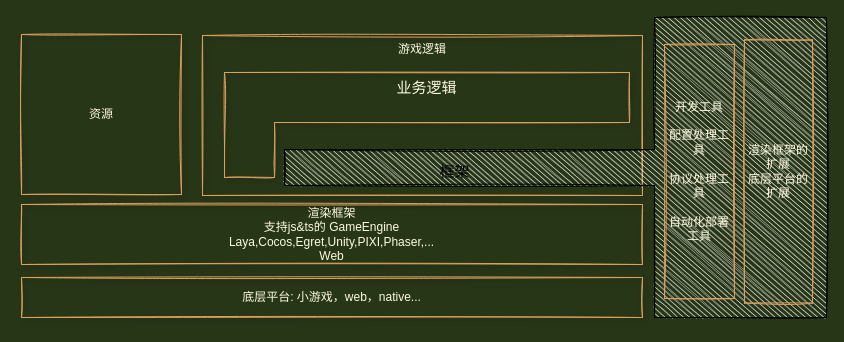
AILHC/EasyGameFrameworkOpen keeps this draw.io diagram as designs/GameApplication.drawio. Above is the earlier version. Source tidied: cells renumbered, new cells numbered last; positions are measured from the earlier drawing's top-left corner, leaving out a move shared by most shapes. Both pictures are drawn from the tidied source at 100%, with x=0, y=0 at pixel (21, 17).
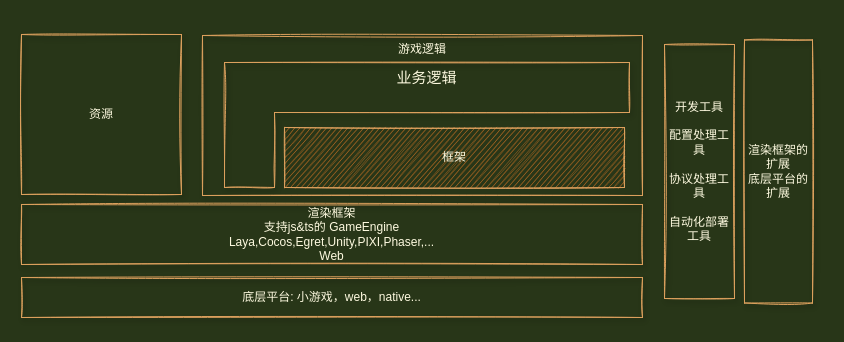
The same diagram, later.

Commit message (it also covers changes not shown here):
1. 设计图调整

Change to the diagram source:
```diff
@@
 <mxGraphModel background="#283618">
   <root>
     <mxCell id="0" />
     <mxCell id="1" parent="0" />
     <mxCell id="2" value="渲染框架&lt;br&gt;支持js&amp;amp;ts的 GameEngine&lt;br&gt;Laya,Cocos,Egret,Unity,PIXI,Phaser,...&lt;br&gt;Web" style="whiteSpace=wrap;html=1;shadow=1;fillStyle=hachure;fillColor=none;strokeColor=#DDA15E;fontColor=#FEFAE0;sketch=1;" parent="1" vertex="1">
       <mxGeometry y="187" width="621" height="60" as="geometry" />
     </mxCell>
     <mxCell id="3" value="底层平台:&amp;nbsp;小游戏，web，native..." style="whiteSpace=wrap;html=1;shadow=1;fillStyle=hachure;fillColor=none;strokeColor=#DDA15E;fontColor=#FEFAE0;sketch=1;" parent="1" vertex="1">
       <mxGeometry y="260" width="621" height="40" as="geometry" />
     </mxCell>
     <mxCell id="4" value="游戏逻辑" style="whiteSpace=wrap;html=1;verticalAlign=top;shadow=1;fillStyle=hachure;fillColor=none;strokeColor=#DDA15E;fontColor=#FEFAE0;sketch=1;" parent="1" vertex="1">
       <mxGeometry x="181" y="18" width="440" height="160" as="geometry" />
     </mxCell>
     <mxCell id="5" value="资源" style="whiteSpace=wrap;html=1;labelBorderColor=none;shadow=1;glass=0;fillStyle=auto;fillColor=none;strokeColor=#DDA15E;fontColor=#FEFAE0;sketch=1;" parent="1" vertex="1">
       <mxGeometry y="17" width="160" height="160" as="geometry" />
     </mxCell>
     <mxCell id="6" value="&lt;div style=&quot;font-size: 15px;&quot;&gt;业务逻辑&lt;/div&gt;&lt;div style=&quot;font-size: 15px;&quot;&gt;&lt;br style=&quot;font-size: 15px;&quot;&gt;&lt;/div&gt;&lt;div style=&quot;font-size: 15px;&quot;&gt;&lt;br style=&quot;font-size: 15px;&quot;&gt;&lt;/div&gt;&lt;div style=&quot;font-size: 15px;&quot;&gt;&lt;br style=&quot;font-size: 15px;&quot;&gt;&lt;/div&gt;&lt;div style=&quot;font-size: 15px;&quot;&gt;&lt;br style=&quot;font-size: 15px;&quot;&gt;&lt;/div&gt;&lt;div style=&quot;font-size: 15px;&quot;&gt;&lt;br style=&quot;font-size: 15px;&quot;&gt;&lt;/div&gt;" style="shape=corner;whiteSpace=wrap;html=1;rotation=0;dx=50;dy=50;align=center;verticalAlign=top;horizontal=1;shadow=1;fillStyle=auto;fillColor=none;strokeColor=#DDA15E;fontColor=#FEFAE0;sketch=1;direction=south;flipH=1;labelPosition=center;verticalLabelPosition=middle;fontSize=15;textDirection=ltr;flipV=0;" parent="1" vertex="1">
-      <mxGeometry x="203" y="55" width="405" height="105" as="geometry" />
+      <mxGeometry x="203" y="45" width="405" height="125" as="geometry" />
     </mxCell>
-    <mxCell id="7" style="shape=tee;whiteSpace=wrap;html=1;sketch=1;direction=south;dx=36;dy=172;fillStyle=hachure;shadow=0;" parent="1" vertex="1">
-      <mxGeometry x="263" width="542" height="300" as="geometry" />
-    </mxCell>
-    <mxCell id="8" value="框架" style="text;html=1;align=center;verticalAlign=middle;fillColor=none;strokeColor=none;rounded=0;shadow=0;sketch=1;fontSize=15;" parent="1" vertex="1">
-      <mxGeometry x="408" y="144" width="50" height="20" as="geometry" />
-    </mxCell>
     <mxCell id="9" value="渲染框架的扩展&lt;br&gt;底层平台的扩展" style="whiteSpace=wrap;html=1;shadow=1;fillStyle=hachure;fillColor=none;strokeColor=#DDA15E;fontColor=#FEFAE0;sketch=1;" parent="1" vertex="1">
       <mxGeometry x="723" y="22.5" width="68" height="263" as="geometry" />
     </mxCell>
     <mxCell id="10" value="开发工具&lt;br&gt;&lt;br&gt;配置处理工具&lt;br&gt;&lt;br&gt;协议处理工具&lt;br&gt;&lt;br&gt;自动化部署工具" style="whiteSpace=wrap;html=1;shadow=1;fillStyle=hachure;fillColor=none;strokeColor=#DDA15E;fontColor=#FEFAE0;sketch=1;" parent="1" vertex="1">
       <mxGeometry x="643" y="27" width="70" height="254" as="geometry" />
     </mxCell>
+    <mxCell id="8" value="框架" style="rounded=0;whiteSpace=wrap;html=1;sketch=1;fillColor=#BC6C25;strokeColor=#DDA15E;fontColor=#FEFAE0;" parent="1" vertex="1">
+      <mxGeometry x="263" y="110" width="340" height="60" as="geometry" />
+    </mxCell>
   </root>
 </mxGraphModel>
```
